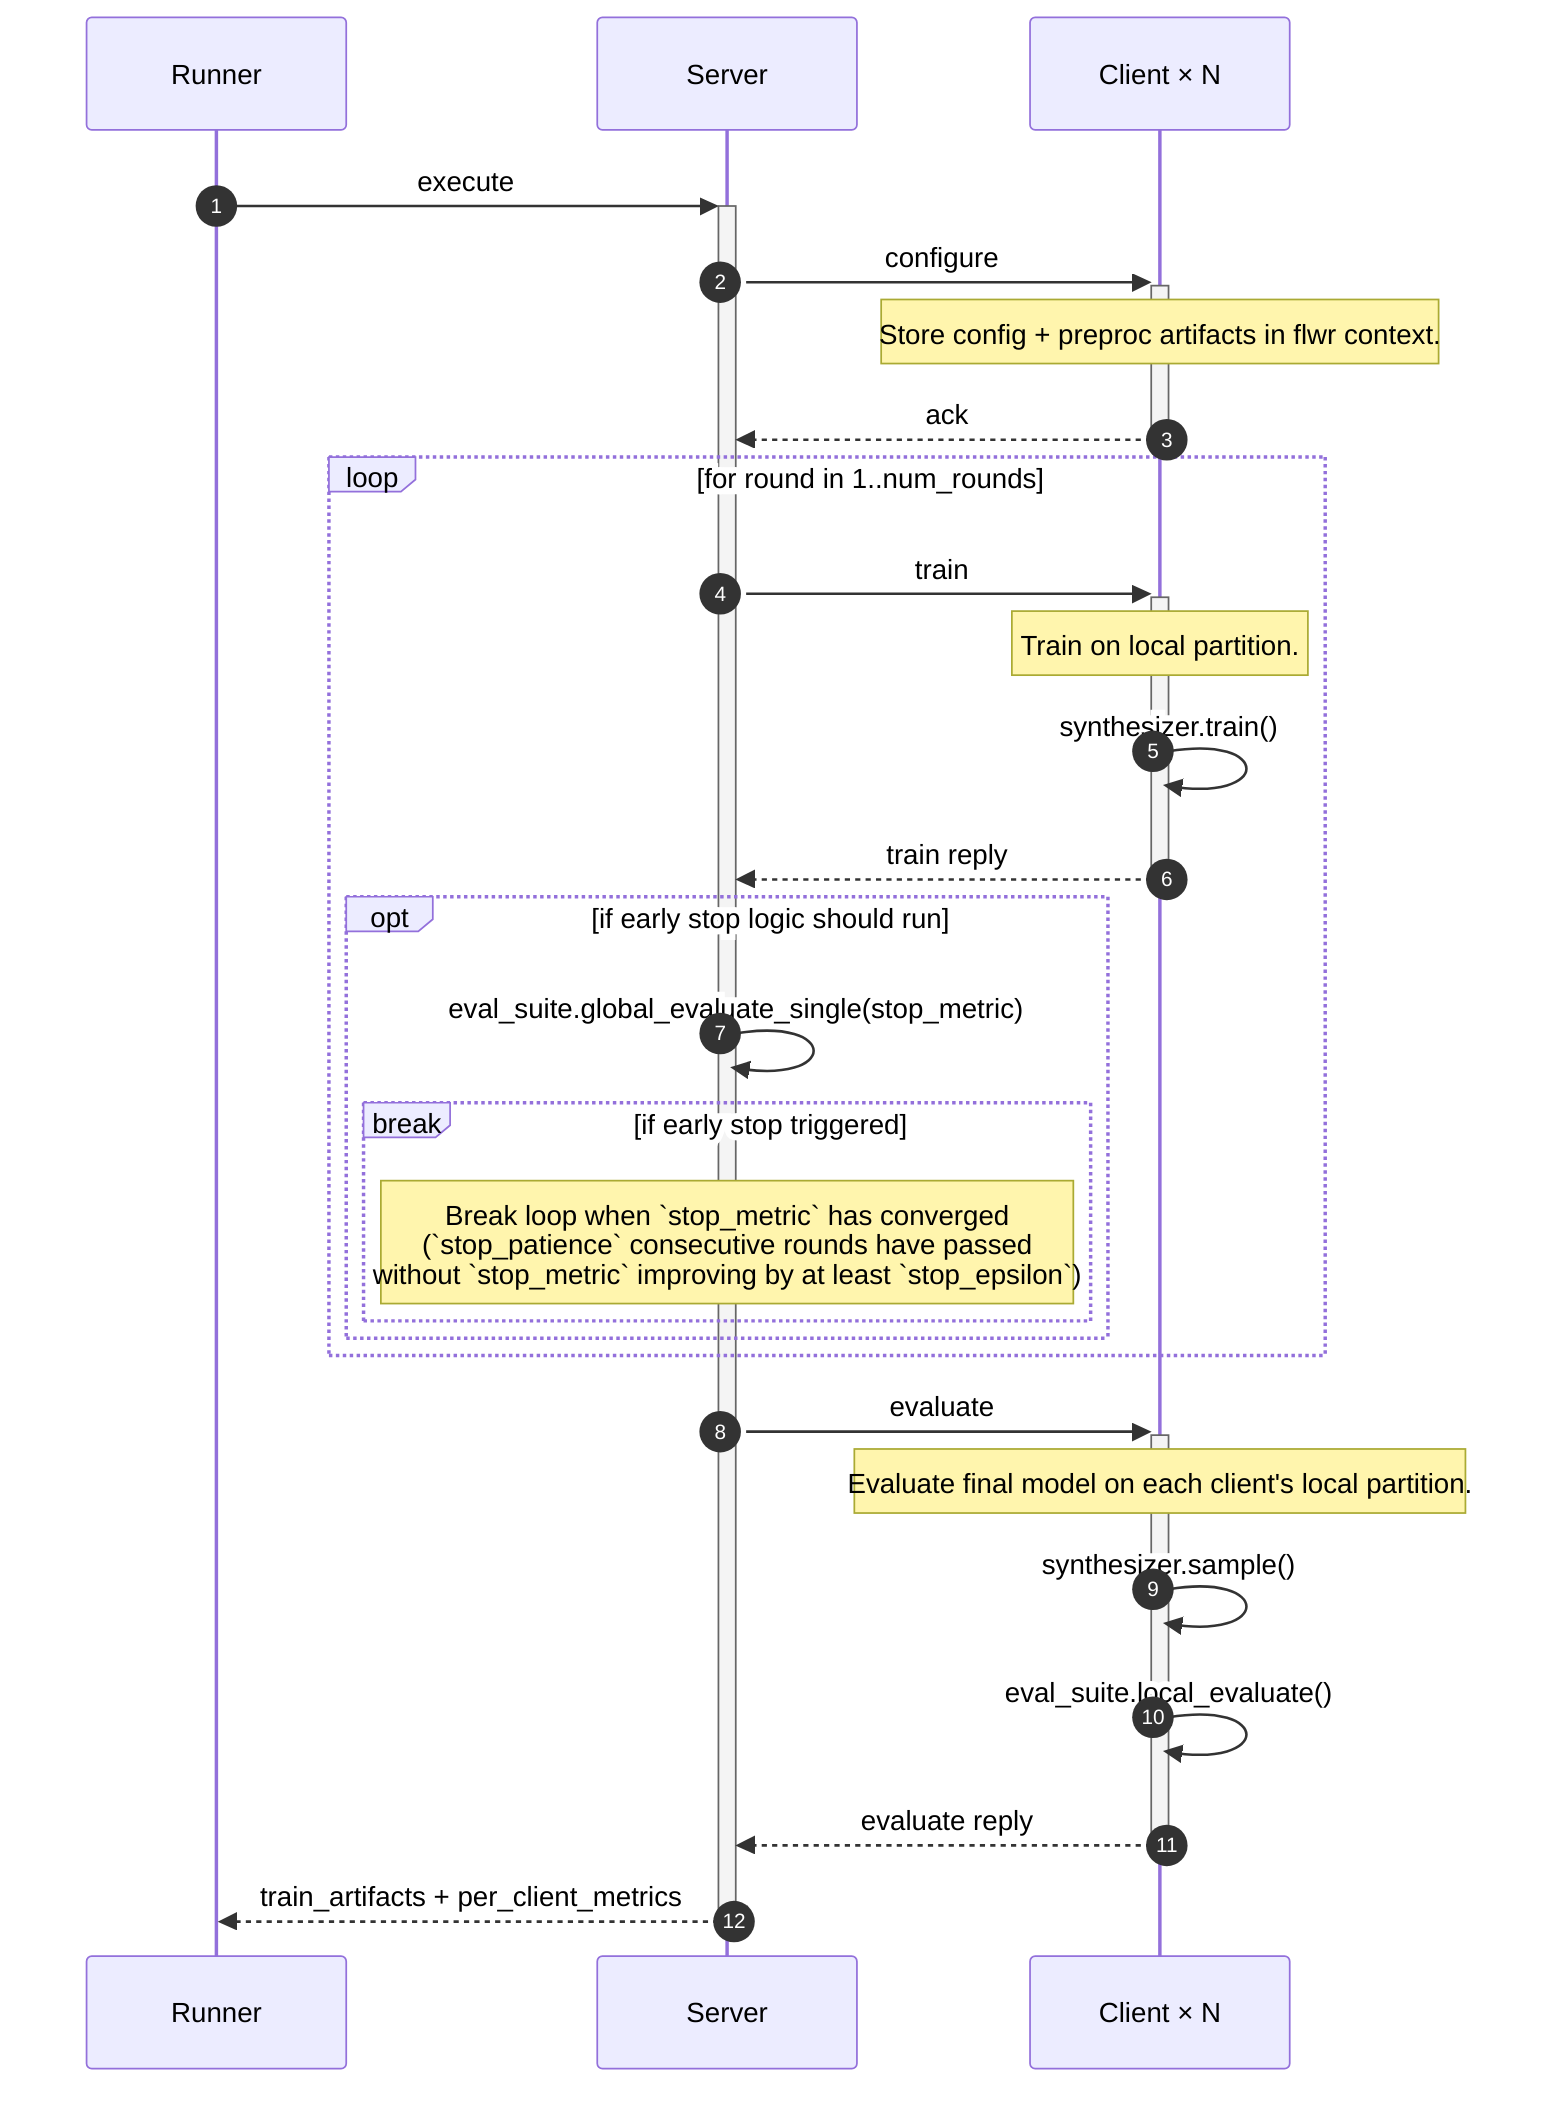
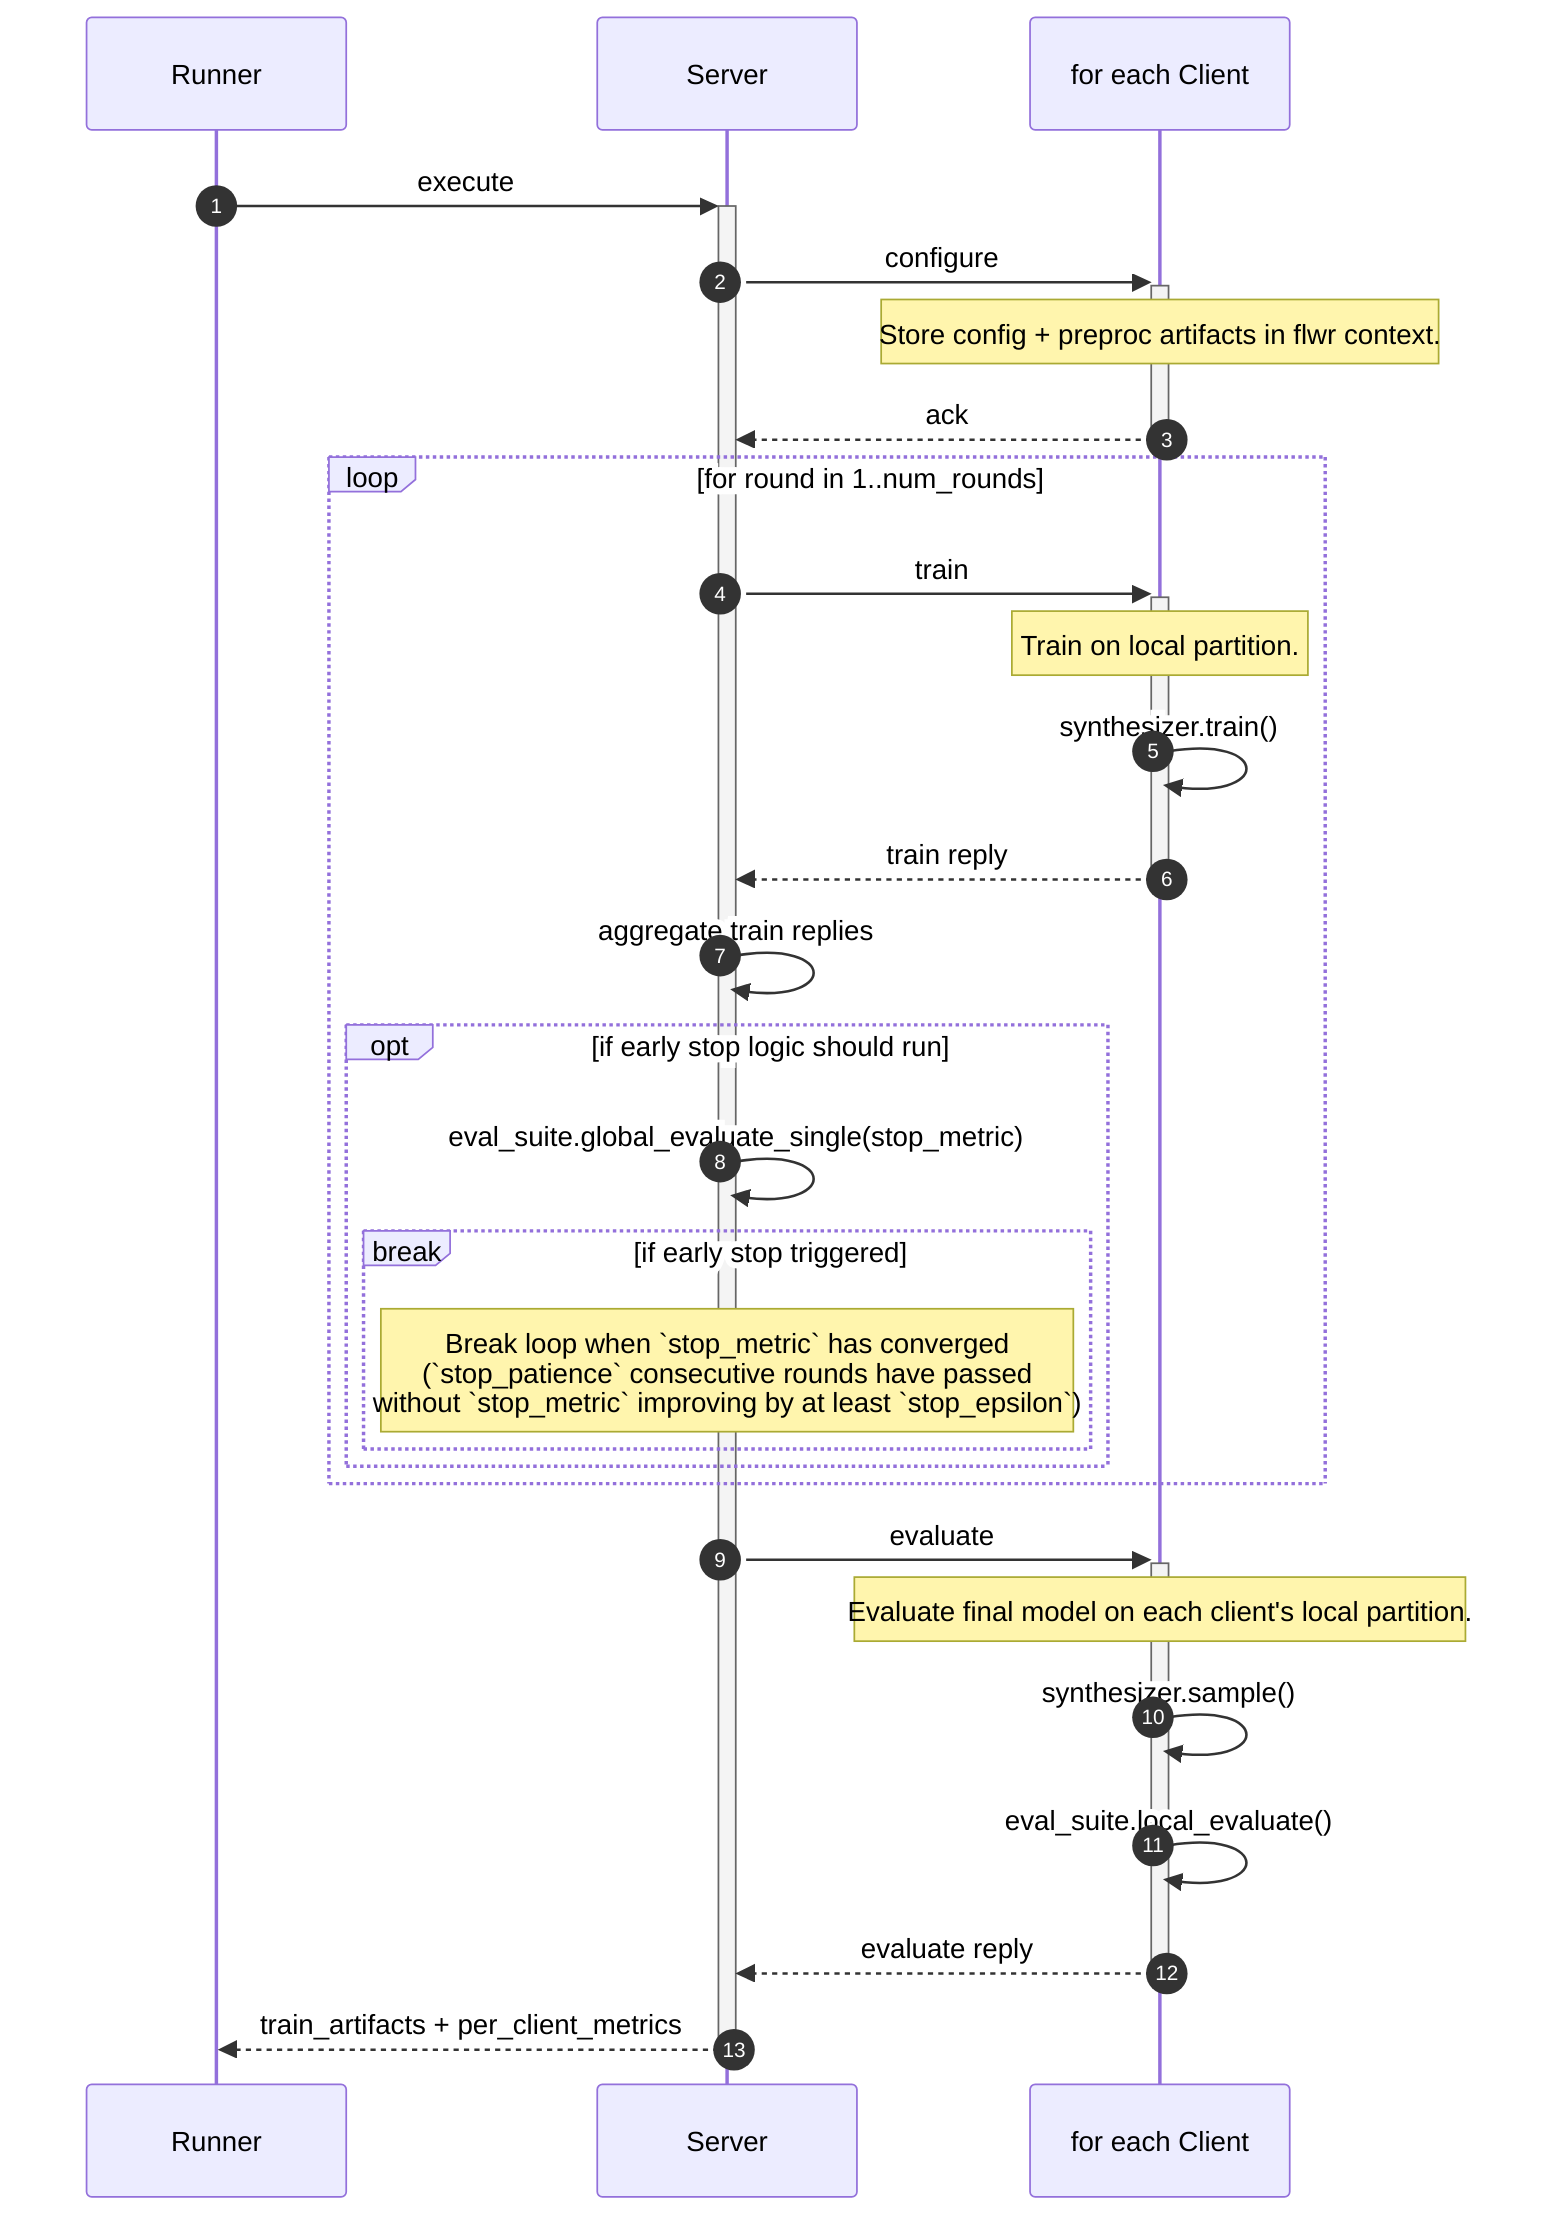
---
config:
  theme: default

  themeCSS: |
    .messageText, .loopText tspan {
        stroke: white;
        stroke-width: 0.45em;
        paint-order: stroke;
        fill: black;
    }
    [marker-end*="crosshead"]{
        display:none
    }
---
sequenceDiagram
    autonumber
    participant Runner
    participant Server
-     participant Client as Client × N
+     participant Client as for each Client


    Runner->>+Server: execute

    Server->>+Client: configure
    Note over Client: Store config + preproc artifacts in flwr context.
    Client-->>-Server: ack

    loop for round in 1..num_rounds
        Server->>+Client: train
        Note over Client: Train on local partition.
        Client->>Client: synthesizer.train()
        Client-->>-Server: train reply
+         Server->>Server: aggregate train replies
        opt if early stop logic should run
            Server->>Server: eval_suite.global_evaluate_single(stop_metric)

            break if early stop triggered
                Note over Server: Break loop when `stop_metric` has converged <br> (`stop_patience` consecutive rounds have passed <br> without `stop_metric` improving by at least `stop_epsilon`)
            end
        end
    end

    Server->>+Client: evaluate
    Note over Client: Evaluate final model on each client's local partition.
    Client->>Client: synthesizer.sample()
    Client->>Client: eval_suite.local_evaluate()

    Client-->>-Server: evaluate reply
    Server-->>-Runner: train_artifacts + per_client_metrics
